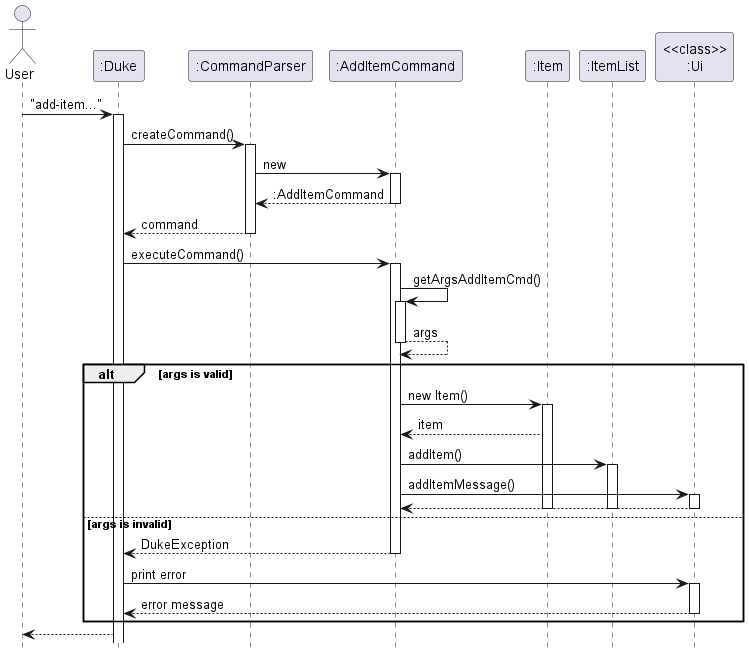
nus-cs2113-AY2223S1/tp keeps this PlantUML diagram as docs/images/AddItemSequence.png. Above is the earlier version. Its source is kept beside it as docs/diagrams/item/AddItemSequence.puml.
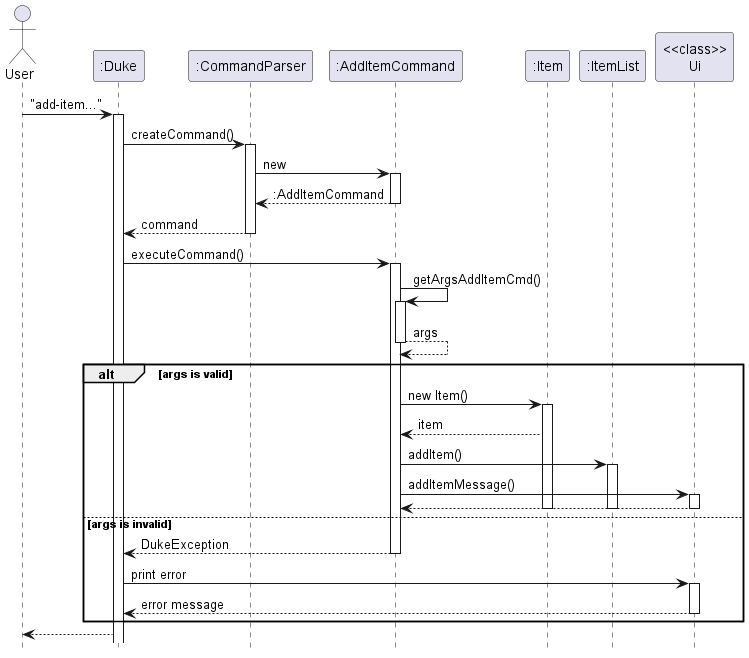
Above is the later version.

Diff of the diagram source:
```diff
@@ -21,19 +21,19 @@
     ":Item" --> ":AddItemCommand": item
     ":AddItemCommand" -> ":ItemList": addItem()
     activate ":ItemList"
-    ":AddItemCommand" -> "<<class>>\n:Ui": addItemMessage()
-    activate "<<class>>\n:Ui"
+    ":AddItemCommand" -> "<<class>>\nUi": addItemMessage()
+    activate "<<class>>\nUi"
     return
     deactivate ":ItemList"
-    deactivate "<<class>>\n:Ui"
+    deactivate "<<class>>\nUi"
     deactivate ":Item"
 else args is invalid
     ":AddItemCommand" --> ":Duke" : DukeException
     deactivate ":AddItemCommand"
-    ":Duke" -> "<<class>>\n:Ui" : print error
-    activate "<<class>>\n:Ui"
-    "<<class>>\n:Ui" --> ":Duke" : error message
-    deactivate "<<class>>\n:Ui"
+    ":Duke" -> "<<class>>\nUi" : print error
+    activate "<<class>>\nUi"
+    "<<class>>\nUi" --> ":Duke" : error message
+    deactivate "<<class>>\nUi"
 end
 ":Duke" --> "User"
 @enduml
```
